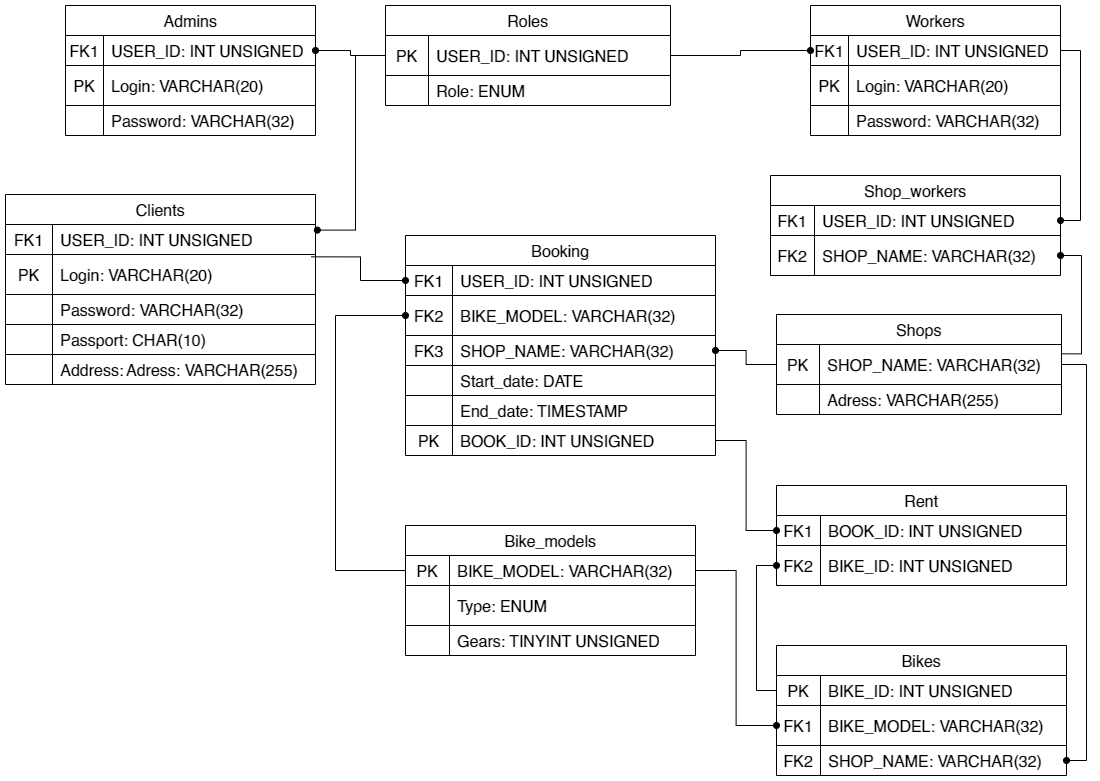
Above: img/Диаграммы проката велосипедов-Физическая модель.drawio.png in GeorgeAlwaysWin/BikeRent (draw.io), before the change. Source tidied: cells renumbered, new cells last; positions are measured from the earlier drawing's top-left corner, leaving out a move shared by most shapes.
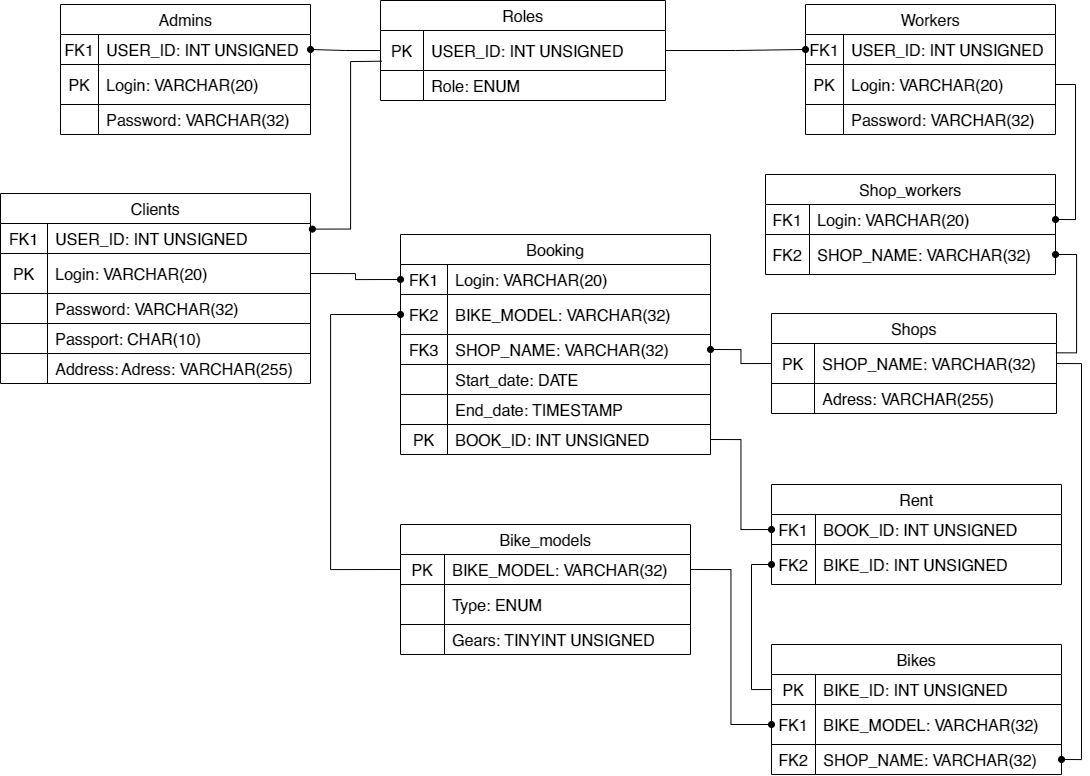
Later version of the same file.

Diff of the diagram source:
```diff
@@ -33,7 +33,7 @@
       <mxGeometry x="38" width="212" height="30" as="geometry" />
     </mxCell>
     <mxCell id="12" value="Roles" style="shape=table;startSize=30;rowLines=1;fontStyle=0;strokeColor=default;fontSize=16;align=center;verticalAlign=middle;fontFamily=Helvetica;fontColor=default;labelBackgroundColor=default;fillColor=default;" parent="1" vertex="1">
-      <mxGeometry x="380" width="285" height="100" as="geometry" />
+      <mxGeometry x="380" y="-4" width="285" height="100" as="geometry" />
     </mxCell>
     <mxCell id="13" style="shape=tableRow;horizontal=0;startSize=0;swimlaneHead=0;swimlaneBody=0;top=0;left=0;bottom=0;right=0;fillColor=none;points=[[0,0.5],[1,0.5]];portConstraint=eastwest;strokeColor=inherit;fontSize=16;align=center;verticalAlign=middle;fontFamily=Helvetica;fontColor=default;labelBackgroundColor=default;" parent="12" vertex="1">
       <mxGeometry y="30" width="285" height="40" as="geometry" />
@@ -92,7 +92,7 @@
     <mxCell id="31" value="FK1" style="shape=partialRectangle;html=1;whiteSpace=wrap;fillColor=none;top=0;left=0;bottom=0;right=0;overflow=hidden;strokeColor=inherit;fontSize=16;align=center;verticalAlign=middle;fontFamily=Helvetica;fontColor=default;labelBackgroundColor=default;" parent="30" vertex="1">
       <mxGeometry width="44" height="30" as="geometry" />
     </mxCell>
-    <mxCell id="32" value="USER_ID: INT UNSIGNED" style="shape=partialRectangle;html=1;whiteSpace=wrap;fillColor=none;top=0;left=0;bottom=0;right=0;align=left;spacingLeft=6;overflow=hidden;strokeColor=inherit;fontSize=16;verticalAlign=middle;fontFamily=Helvetica;fontColor=default;labelBackgroundColor=default;" parent="30" vertex="1">
+    <mxCell id="32" value="Login: VARCHAR(20)" style="shape=partialRectangle;html=1;whiteSpace=wrap;fillColor=none;top=0;left=0;bottom=0;right=0;align=left;spacingLeft=6;overflow=hidden;strokeColor=inherit;fontSize=16;verticalAlign=middle;fontFamily=Helvetica;fontColor=default;labelBackgroundColor=default;" parent="30" vertex="1">
       <mxGeometry x="44" width="246" height="30" as="geometry" />
     </mxCell>
     <mxCell id="33" style="shape=tableRow;horizontal=0;startSize=0;swimlaneHead=0;swimlaneBody=0;top=0;left=0;bottom=0;right=0;fillColor=none;points=[[0,0.5],[1,0.5]];portConstraint=eastwest;strokeColor=inherit;fontSize=16;align=center;verticalAlign=middle;fontFamily=Helvetica;fontColor=default;labelBackgroundColor=default;" parent="29" vertex="1">
@@ -263,7 +263,7 @@
     <mxCell id="88" value="FK1" style="shape=partialRectangle;html=1;whiteSpace=wrap;fillColor=none;top=0;left=0;bottom=0;right=0;overflow=hidden;strokeColor=inherit;fontSize=16;align=center;verticalAlign=middle;fontFamily=Helvetica;fontColor=default;labelBackgroundColor=default;" parent="87" vertex="1">
       <mxGeometry width="47" height="30" as="geometry" />
     </mxCell>
-    <mxCell id="89" value="USER_ID: INT UNSIGNED" style="shape=partialRectangle;html=1;whiteSpace=wrap;fillColor=none;top=0;left=0;bottom=0;right=0;align=left;spacingLeft=6;overflow=hidden;strokeColor=inherit;fontSize=16;verticalAlign=middle;fontFamily=Helvetica;fontColor=default;labelBackgroundColor=default;" parent="87" vertex="1">
+    <mxCell id="89" value="Login: VARCHAR(20)" style="shape=partialRectangle;html=1;whiteSpace=wrap;fillColor=none;top=0;left=0;bottom=0;right=0;align=left;spacingLeft=6;overflow=hidden;strokeColor=inherit;fontSize=16;verticalAlign=middle;fontFamily=Helvetica;fontColor=default;labelBackgroundColor=default;" parent="87" vertex="1">
       <mxGeometry x="47" width="263" height="30" as="geometry" />
     </mxCell>
     <mxCell id="90" style="shape=tableRow;horizontal=0;startSize=0;swimlaneHead=0;swimlaneBody=0;top=0;left=0;bottom=0;right=0;fillColor=none;points=[[0,0.5],[1,0.5]];portConstraint=eastwest;strokeColor=inherit;fontSize=16;align=center;verticalAlign=middle;fontFamily=Helvetica;fontColor=default;labelBackgroundColor=default;" parent="86" vertex="1">
@@ -317,21 +317,22 @@
     <mxCell id="106" style="edgeStyle=orthogonalEdgeStyle;shape=connector;rounded=0;jettySize=auto;html=1;exitX=1;exitY=0.5;exitDx=0;exitDy=0;entryX=0;entryY=0.5;entryDx=0;entryDy=0;strokeColor=default;align=center;verticalAlign=middle;fontFamily=Helvetica;fontSize=12;fontColor=default;labelBackgroundColor=default;startFill=0;endArrow=oval;endFill=1;" parent="1" edge="1" source="13" target="20">
       <mxGeometry relative="1" as="geometry" />
     </mxCell>
-    <mxCell id="107" style="edgeStyle=orthogonalEdgeStyle;shape=connector;rounded=0;jettySize=auto;html=1;exitX=0;exitY=0.5;exitDx=0;exitDy=0;entryX=1.006;entryY=0.187;entryDx=0;entryDy=0;strokeColor=default;align=center;verticalAlign=middle;fontFamily=Helvetica;fontSize=12;fontColor=default;labelBackgroundColor=default;startFill=0;endArrow=oval;endFill=1;entryPerimeter=0;" parent="1" edge="1" source="13" target="71">
+    <mxCell id="107" style="edgeStyle=orthogonalEdgeStyle;shape=connector;rounded=0;jettySize=auto;html=1;exitX=0.005;exitY=0.767;exitDx=0;exitDy=0;entryX=1.006;entryY=0.187;entryDx=0;entryDy=0;strokeColor=default;align=center;verticalAlign=middle;fontFamily=Helvetica;fontSize=12;fontColor=default;labelBackgroundColor=default;startFill=0;endArrow=oval;endFill=1;entryPerimeter=0;exitPerimeter=0;" parent="1" edge="1" source="13" target="71">
       <mxGeometry relative="1" as="geometry">
         <Array as="points">
-          <mxPoint x="350" y="50" />
+          <mxPoint x="380" y="57" />
+          <mxPoint x="350" y="57" />
           <mxPoint x="350" y="225" />
         </Array>
       </mxGeometry>
     </mxCell>
-    <mxCell id="108" style="edgeStyle=orthogonalEdgeStyle;shape=connector;rounded=0;jettySize=auto;html=1;exitX=1;exitY=0.5;exitDx=0;exitDy=0;entryX=1;entryY=0.5;entryDx=0;entryDy=0;strokeColor=default;align=center;verticalAlign=middle;fontFamily=Helvetica;fontSize=12;fontColor=default;labelBackgroundColor=default;startFill=0;endArrow=oval;endFill=1;" parent="1" edge="1" source="20" target="30">
+    <mxCell id="108" style="edgeStyle=orthogonalEdgeStyle;shape=connector;rounded=0;jettySize=auto;html=1;exitX=1;exitY=0.5;exitDx=0;exitDy=0;entryX=1;entryY=0.5;entryDx=0;entryDy=0;strokeColor=default;align=center;verticalAlign=middle;fontFamily=Helvetica;fontSize=12;fontColor=default;labelBackgroundColor=default;startFill=0;endArrow=oval;endFill=1;" parent="1" edge="1" source="23" target="30">
       <mxGeometry relative="1" as="geometry" />
     </mxCell>
     <mxCell id="109" style="edgeStyle=orthogonalEdgeStyle;shape=connector;rounded=0;jettySize=auto;html=1;exitX=0.998;exitY=0.233;exitDx=0;exitDy=0;entryX=1;entryY=0.5;entryDx=0;entryDy=0;strokeColor=default;align=center;verticalAlign=middle;fontFamily=Helvetica;fontSize=12;fontColor=default;labelBackgroundColor=default;startFill=0;endArrow=oval;endFill=1;exitPerimeter=0;" parent="1" edge="1" source="37" target="33">
       <mxGeometry relative="1" as="geometry" />
     </mxCell>
-    <mxCell id="110" style="edgeStyle=orthogonalEdgeStyle;shape=connector;rounded=0;jettySize=auto;html=1;exitX=0.986;exitY=1.078;exitDx=0;exitDy=0;entryX=0;entryY=0.5;entryDx=0;entryDy=0;strokeColor=default;align=center;verticalAlign=middle;fontFamily=Helvetica;fontSize=12;fontColor=default;labelBackgroundColor=default;startFill=0;endArrow=oval;endFill=1;exitPerimeter=0;" parent="1" edge="1" source="71" target="87">
+    <mxCell id="110" style="edgeStyle=orthogonalEdgeStyle;shape=connector;rounded=0;jettySize=auto;html=1;exitX=1;exitY=0.5;exitDx=0;exitDy=0;entryX=0;entryY=0.5;entryDx=0;entryDy=0;strokeColor=default;align=center;verticalAlign=middle;fontFamily=Helvetica;fontSize=12;fontColor=default;labelBackgroundColor=default;startFill=0;endArrow=oval;endFill=1;" parent="1" edge="1" source="74" target="87">
       <mxGeometry relative="1" as="geometry" />
     </mxCell>
     <mxCell id="111" style="edgeStyle=orthogonalEdgeStyle;shape=connector;rounded=0;jettySize=auto;html=1;exitX=0;exitY=0.5;exitDx=0;exitDy=0;entryX=0;entryY=0.5;entryDx=0;entryDy=0;strokeColor=default;align=center;verticalAlign=middle;fontFamily=Helvetica;fontSize=12;fontColor=default;labelBackgroundColor=default;startFill=0;endArrow=oval;endFill=1;" parent="1" edge="1" source="61" target="90">
```
